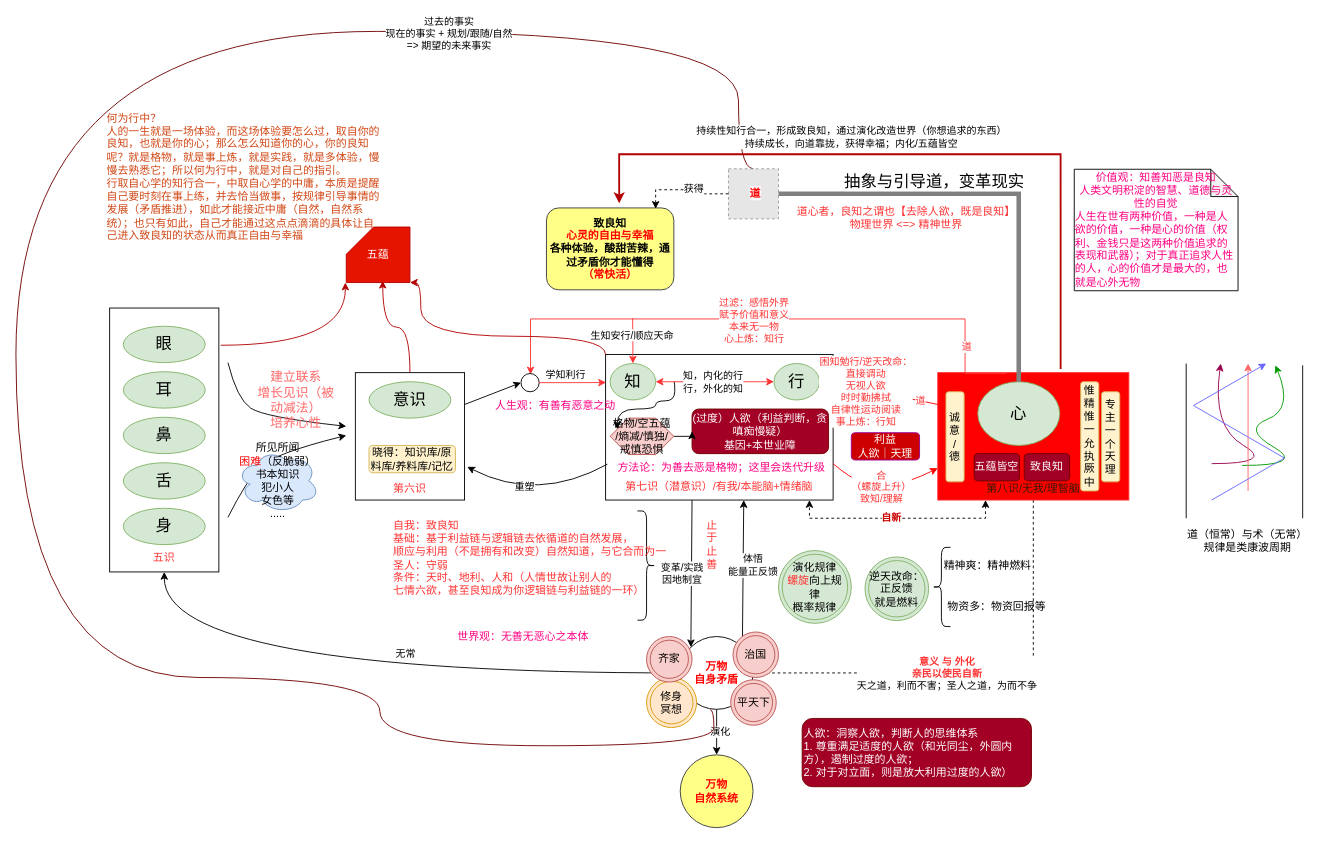
This is page "良知" (1 of 2) of xinxue.drawio from kason-huang/DrawIO, a draw.io file, before an edit. Source tidied: cells renumbered, new cells numbered last; positions are measured from the earlier drawing's top-left corner, leaving out a move shared by most shapes. Both pictures are drawn from the tidied source at 91%, with x=0, y=0 at pixel (15, 31). Pictures stored in the file or linked from it are replaced by grey dashed boxes.
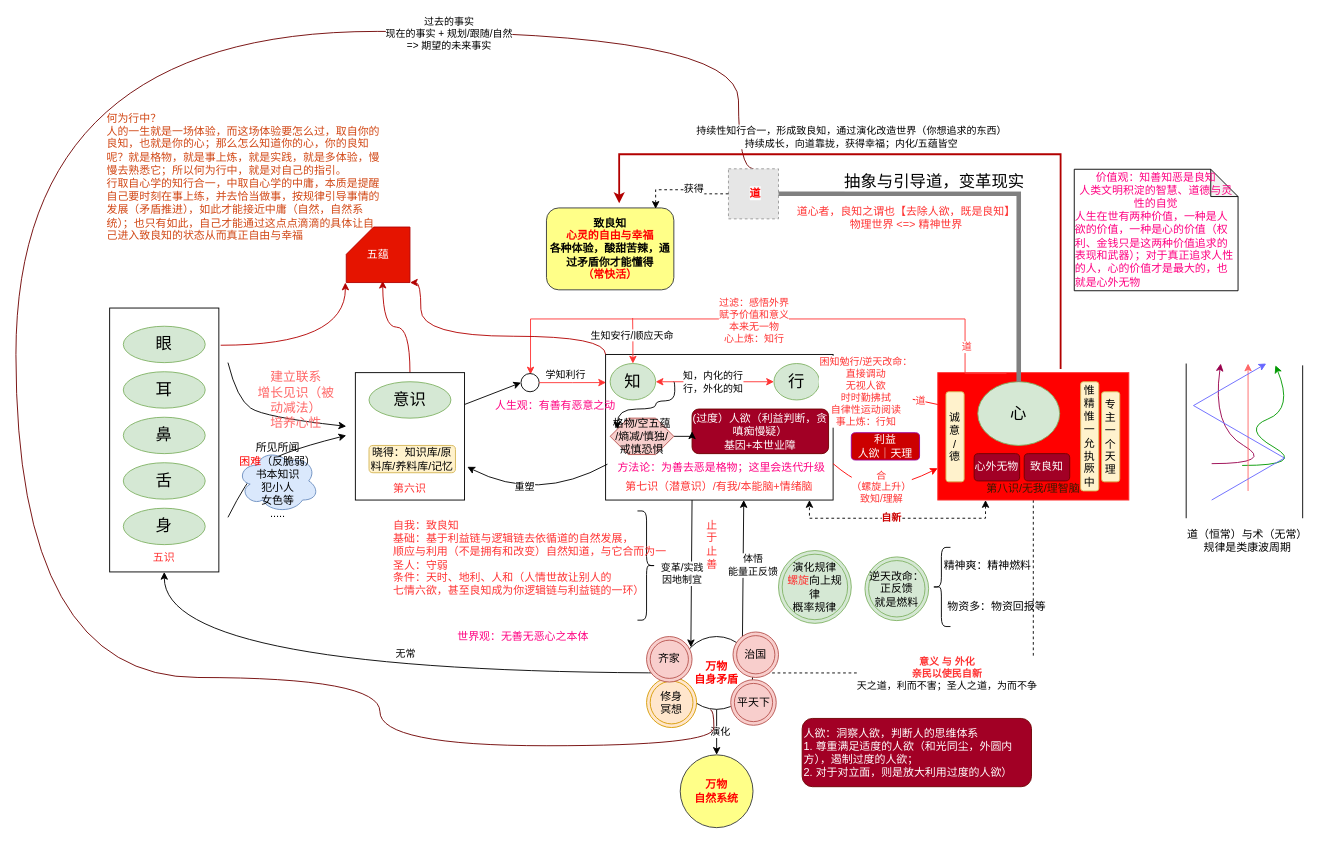
The same page after the edit.

Change to the diagram source:
```diff
@@
-    <mxCell id="41" value="五蕴皆空" style="rounded=1;whiteSpace=wrap;html=1;fillColor=#a20025;strokeColor=#6F0000;fontColor=#ffffff;" parent="1" vertex="1">
+    <mxCell id="41" value="心外无物" style="rounded=1;whiteSpace=wrap;html=1;fillColor=#a20025;strokeColor=#6F0000;fontColor=#ffffff;" parent="1" vertex="1">
       <mxGeometry x="1053" y="464" width="50" height="30" as="geometry" />
     </mxCell>
```
